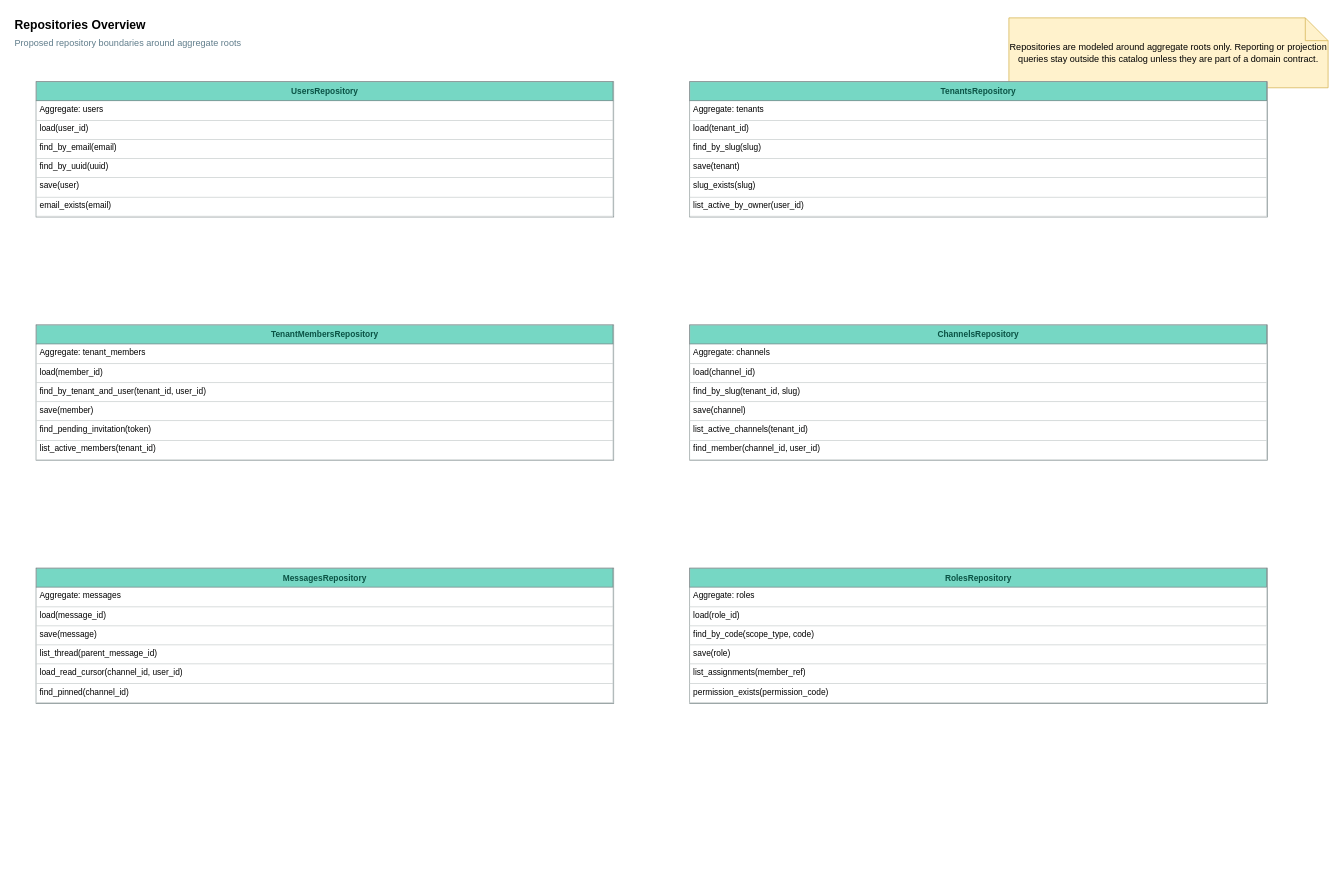
Before: docs/tatical/repositories/00_overview_repositories.drawio in NFMU/app-design, a draw.io diagram. Source tidied: cells renumbered, new cells numbered last; positions are measured from the earlier drawing's top-left corner, leaving out a move shared by most shapes. Both pictures are drawn from the tidied source at 76%, with x=0, y=0 at pixel (13, 13).
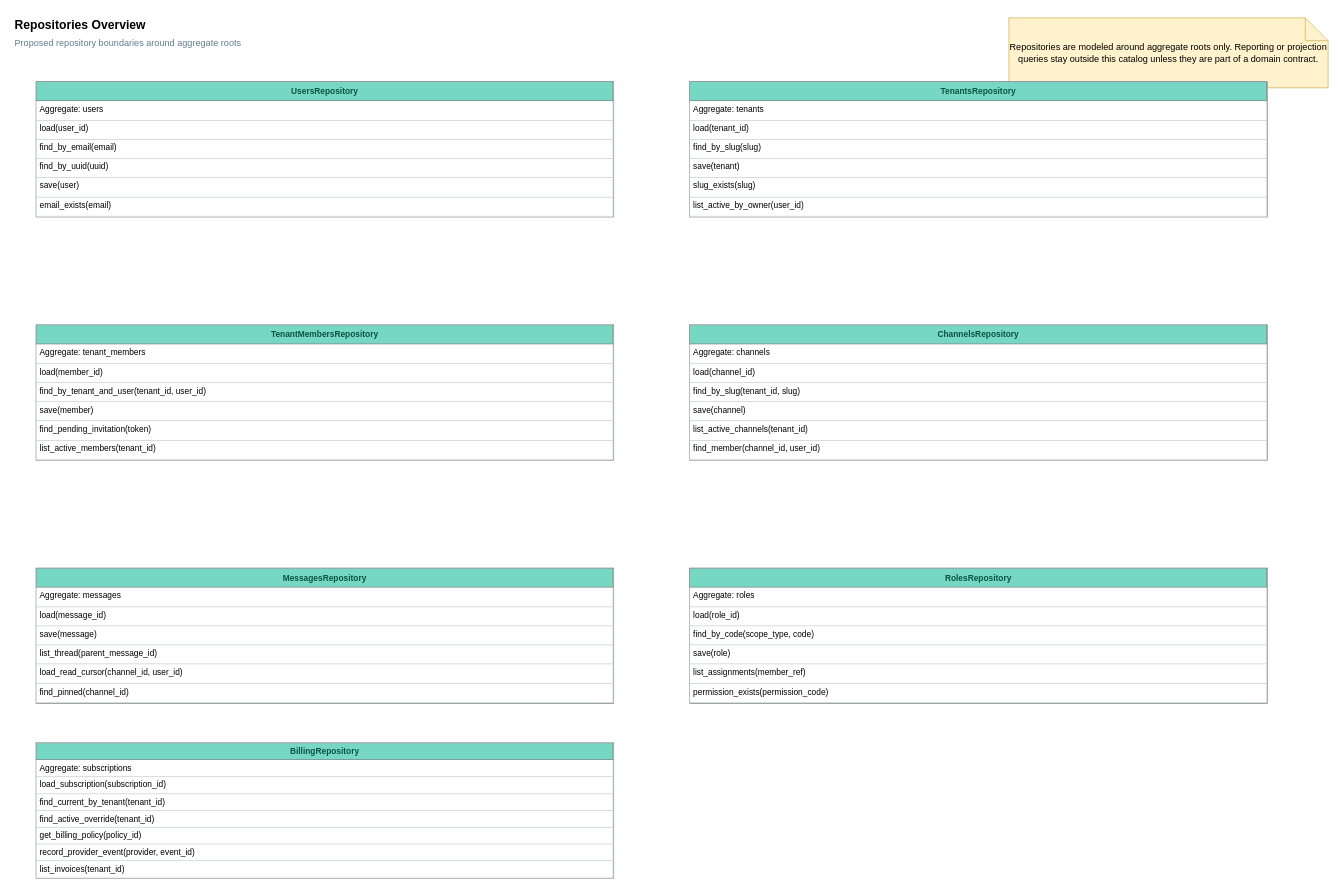
The same page after the edit.

What changed in the source:
```diff
@@
 <mxGraphModel>
   <root>
     <mxCell id="0" />
     <mxCell id="1" parent="0" />
     <mxCell id="2" value="Repositories Overview" style="text;html=1;strokeColor=none;fillColor=none;align=left;verticalAlign=middle;fontSize=16;fontStyle=1;" parent="1" vertex="1">
       <mxGeometry width="760" height="30" as="geometry" />
     </mxCell>
     <mxCell id="3" value="Proposed repository boundaries around aggregate roots" style="text;html=1;strokeColor=none;fillColor=none;align=left;verticalAlign=middle;fontSize=12;fontColor=#607D8B;" parent="1" vertex="1">
       <mxGeometry y="28" width="760" height="24" as="geometry" />
     </mxCell>
     <mxCell id="4" value="Repositories are modeled around aggregate roots only. Reporting or projection queries stay outside this catalog unless they are part of a domain contract." style="shape=note;whiteSpace=wrap;html=1;fillColor=#FFF2CC;strokeColor=#D6B656;" parent="1" vertex="1">
       <mxGeometry x="1310" y="6" width="420" height="92" as="geometry" />
     </mxCell>
     <mxCell id="5" value="&lt;table style=&quot;width:100%;height:100%;border-collapse:collapse;font-size:11px;font-family:Arial;&quot;&gt;&lt;tr&gt;&lt;td style=&quot;background:#76D7C4;color:#0B5345;font-weight:bold;text-align:center;border:1px solid #7F8C8D;padding:4px;&quot;&gt;UsersRepository&lt;/td&gt;&lt;/tr&gt;&lt;tr&gt;&lt;td style=&quot;border:1px solid #CCD1D1;background:#FFFFFF;padding:4px;vertical-align:top;&quot;&gt;Aggregate: users&lt;/td&gt;&lt;/tr&gt;&lt;tr&gt;&lt;td style=&quot;border:1px solid #CCD1D1;background:#FFFFFF;padding:4px;vertical-align:top;&quot;&gt;load(user_id)&lt;/td&gt;&lt;/tr&gt;&lt;tr&gt;&lt;td style=&quot;border:1px solid #CCD1D1;background:#FFFFFF;padding:4px;vertical-align:top;&quot;&gt;find_by_email(email)&lt;/td&gt;&lt;/tr&gt;&lt;tr&gt;&lt;td style=&quot;border:1px solid #CCD1D1;background:#FFFFFF;padding:4px;vertical-align:top;&quot;&gt;find_by_uuid(uuid)&lt;/td&gt;&lt;/tr&gt;&lt;tr&gt;&lt;td style=&quot;border:1px solid #CCD1D1;background:#FFFFFF;padding:4px;vertical-align:top;&quot;&gt;save(user)&lt;/td&gt;&lt;/tr&gt;&lt;tr&gt;&lt;td style=&quot;border:1px solid #CCD1D1;background:#FFFFFF;padding:4px;vertical-align:top;&quot;&gt;email_exists(email)&lt;/td&gt;&lt;/tr&gt;&lt;/table&gt;" style="rounded=0;whiteSpace=wrap;html=1;align=left;verticalAlign=top;spacing=0;fillColor=#FFFFFF;strokeColor=#7F8C8D;overflow=fill;" parent="1" vertex="1">
       <mxGeometry x="30" y="90" width="760" height="178" as="geometry" />
     </mxCell>
     <mxCell id="6" value="&lt;table style=&quot;width:100%;height:100%;border-collapse:collapse;font-size:11px;font-family:Arial;&quot;&gt;&lt;tr&gt;&lt;td style=&quot;background:#76D7C4;color:#0B5345;font-weight:bold;text-align:center;border:1px solid #7F8C8D;padding:4px;&quot;&gt;TenantsRepository&lt;/td&gt;&lt;/tr&gt;&lt;tr&gt;&lt;td style=&quot;border:1px solid #CCD1D1;background:#FFFFFF;padding:4px;vertical-align:top;&quot;&gt;Aggregate: tenants&lt;/td&gt;&lt;/tr&gt;&lt;tr&gt;&lt;td style=&quot;border:1px solid #CCD1D1;background:#FFFFFF;padding:4px;vertical-align:top;&quot;&gt;load(tenant_id)&lt;/td&gt;&lt;/tr&gt;&lt;tr&gt;&lt;td style=&quot;border:1px solid #CCD1D1;background:#FFFFFF;padding:4px;vertical-align:top;&quot;&gt;find_by_slug(slug)&lt;/td&gt;&lt;/tr&gt;&lt;tr&gt;&lt;td style=&quot;border:1px solid #CCD1D1;background:#FFFFFF;padding:4px;vertical-align:top;&quot;&gt;save(tenant)&lt;/td&gt;&lt;/tr&gt;&lt;tr&gt;&lt;td style=&quot;border:1px solid #CCD1D1;background:#FFFFFF;padding:4px;vertical-align:top;&quot;&gt;slug_exists(slug)&lt;/td&gt;&lt;/tr&gt;&lt;tr&gt;&lt;td style=&quot;border:1px solid #CCD1D1;background:#FFFFFF;padding:4px;vertical-align:top;&quot;&gt;list_active_by_owner(user_id)&lt;/td&gt;&lt;/tr&gt;&lt;/table&gt;" style="rounded=0;whiteSpace=wrap;html=1;align=left;verticalAlign=top;spacing=0;fillColor=#FFFFFF;strokeColor=#7F8C8D;overflow=fill;" parent="1" vertex="1">
       <mxGeometry x="890" y="90" width="760" height="178" as="geometry" />
     </mxCell>
     <mxCell id="7" value="&lt;table style=&quot;width:100%;height:100%;border-collapse:collapse;font-size:11px;font-family:Arial;&quot;&gt;&lt;tr&gt;&lt;td style=&quot;background:#76D7C4;color:#0B5345;font-weight:bold;text-align:center;border:1px solid #7F8C8D;padding:4px;&quot;&gt;TenantMembersRepository&lt;/td&gt;&lt;/tr&gt;&lt;tr&gt;&lt;td style=&quot;border:1px solid #CCD1D1;background:#FFFFFF;padding:4px;vertical-align:top;&quot;&gt;Aggregate: tenant_members&lt;/td&gt;&lt;/tr&gt;&lt;tr&gt;&lt;td style=&quot;border:1px solid #CCD1D1;background:#FFFFFF;padding:4px;vertical-align:top;&quot;&gt;load(member_id)&lt;/td&gt;&lt;/tr&gt;&lt;tr&gt;&lt;td style=&quot;border:1px solid #CCD1D1;background:#FFFFFF;padding:4px;vertical-align:top;&quot;&gt;find_by_tenant_and_user(tenant_id, user_id)&lt;/td&gt;&lt;/tr&gt;&lt;tr&gt;&lt;td style=&quot;border:1px solid #CCD1D1;background:#FFFFFF;padding:4px;vertical-align:top;&quot;&gt;save(member)&lt;/td&gt;&lt;/tr&gt;&lt;tr&gt;&lt;td style=&quot;border:1px solid #CCD1D1;background:#FFFFFF;padding:4px;vertical-align:top;&quot;&gt;find_pending_invitation(token)&lt;/td&gt;&lt;/tr&gt;&lt;tr&gt;&lt;td style=&quot;border:1px solid #CCD1D1;background:#FFFFFF;padding:4px;vertical-align:top;&quot;&gt;list_active_members(tenant_id)&lt;/td&gt;&lt;/tr&gt;&lt;/table&gt;" style="rounded=0;whiteSpace=wrap;html=1;align=left;verticalAlign=top;spacing=0;fillColor=#FFFFFF;strokeColor=#7F8C8D;overflow=fill;" parent="1" vertex="1">
       <mxGeometry x="30" y="410" width="760" height="178" as="geometry" />
     </mxCell>
     <mxCell id="8" value="&lt;table style=&quot;width:100%;height:100%;border-collapse:collapse;font-size:11px;font-family:Arial;&quot;&gt;&lt;tr&gt;&lt;td style=&quot;background:#76D7C4;color:#0B5345;font-weight:bold;text-align:center;border:1px solid #7F8C8D;padding:4px;&quot;&gt;ChannelsRepository&lt;/td&gt;&lt;/tr&gt;&lt;tr&gt;&lt;td style=&quot;border:1px solid #CCD1D1;background:#FFFFFF;padding:4px;vertical-align:top;&quot;&gt;Aggregate: channels&lt;/td&gt;&lt;/tr&gt;&lt;tr&gt;&lt;td style=&quot;border:1px solid #CCD1D1;background:#FFFFFF;padding:4px;vertical-align:top;&quot;&gt;load(channel_id)&lt;/td&gt;&lt;/tr&gt;&lt;tr&gt;&lt;td style=&quot;border:1px solid #CCD1D1;background:#FFFFFF;padding:4px;vertical-align:top;&quot;&gt;find_by_slug(tenant_id, slug)&lt;/td&gt;&lt;/tr&gt;&lt;tr&gt;&lt;td style=&quot;border:1px solid #CCD1D1;background:#FFFFFF;padding:4px;vertical-align:top;&quot;&gt;save(channel)&lt;/td&gt;&lt;/tr&gt;&lt;tr&gt;&lt;td style=&quot;border:1px solid #CCD1D1;background:#FFFFFF;padding:4px;vertical-align:top;&quot;&gt;list_active_channels(tenant_id)&lt;/td&gt;&lt;/tr&gt;&lt;tr&gt;&lt;td style=&quot;border:1px solid #CCD1D1;background:#FFFFFF;padding:4px;vertical-align:top;&quot;&gt;find_member(channel_id, user_id)&lt;/td&gt;&lt;/tr&gt;&lt;/table&gt;" style="rounded=0;whiteSpace=wrap;html=1;align=left;verticalAlign=top;spacing=0;fillColor=#FFFFFF;strokeColor=#7F8C8D;overflow=fill;" parent="1" vertex="1">
       <mxGeometry x="890" y="410" width="760" height="178" as="geometry" />
     </mxCell>
     <mxCell id="9" value="&lt;table style=&quot;width:100%;height:100%;border-collapse:collapse;font-size:11px;font-family:Arial;&quot;&gt;&lt;tr&gt;&lt;td style=&quot;background:#76D7C4;color:#0B5345;font-weight:bold;text-align:center;border:1px solid #7F8C8D;padding:4px;&quot;&gt;MessagesRepository&lt;/td&gt;&lt;/tr&gt;&lt;tr&gt;&lt;td style=&quot;border:1px solid #CCD1D1;background:#FFFFFF;padding:4px;vertical-align:top;&quot;&gt;Aggregate: messages&lt;/td&gt;&lt;/tr&gt;&lt;tr&gt;&lt;td style=&quot;border:1px solid #CCD1D1;background:#FFFFFF;padding:4px;vertical-align:top;&quot;&gt;load(message_id)&lt;/td&gt;&lt;/tr&gt;&lt;tr&gt;&lt;td style=&quot;border:1px solid #CCD1D1;background:#FFFFFF;padding:4px;vertical-align:top;&quot;&gt;save(message)&lt;/td&gt;&lt;/tr&gt;&lt;tr&gt;&lt;td style=&quot;border:1px solid #CCD1D1;background:#FFFFFF;padding:4px;vertical-align:top;&quot;&gt;list_thread(parent_message_id)&lt;/td&gt;&lt;/tr&gt;&lt;tr&gt;&lt;td style=&quot;border:1px solid #CCD1D1;background:#FFFFFF;padding:4px;vertical-align:top;&quot;&gt;load_read_cursor(channel_id, user_id)&lt;/td&gt;&lt;/tr&gt;&lt;tr&gt;&lt;td style=&quot;border:1px solid #CCD1D1;background:#FFFFFF;padding:4px;vertical-align:top;&quot;&gt;find_pinned(channel_id)&lt;/td&gt;&lt;/tr&gt;&lt;/table&gt;" style="rounded=0;whiteSpace=wrap;html=1;align=left;verticalAlign=top;spacing=0;fillColor=#FFFFFF;strokeColor=#7F8C8D;overflow=fill;" parent="1" vertex="1">
       <mxGeometry x="30" y="730" width="760" height="178" as="geometry" />
     </mxCell>
     <mxCell id="10" value="&lt;table style=&quot;width:100%;height:100%;border-collapse:collapse;font-size:11px;font-family:Arial;&quot;&gt;&lt;tr&gt;&lt;td style=&quot;background:#76D7C4;color:#0B5345;font-weight:bold;text-align:center;border:1px solid #7F8C8D;padding:4px;&quot;&gt;RolesRepository&lt;/td&gt;&lt;/tr&gt;&lt;tr&gt;&lt;td style=&quot;border:1px solid #CCD1D1;background:#FFFFFF;padding:4px;vertical-align:top;&quot;&gt;Aggregate: roles&lt;/td&gt;&lt;/tr&gt;&lt;tr&gt;&lt;td style=&quot;border:1px solid #CCD1D1;background:#FFFFFF;padding:4px;vertical-align:top;&quot;&gt;load(role_id)&lt;/td&gt;&lt;/tr&gt;&lt;tr&gt;&lt;td style=&quot;border:1px solid #CCD1D1;background:#FFFFFF;padding:4px;vertical-align:top;&quot;&gt;find_by_code(scope_type, code)&lt;/td&gt;&lt;/tr&gt;&lt;tr&gt;&lt;td style=&quot;border:1px solid #CCD1D1;background:#FFFFFF;padding:4px;vertical-align:top;&quot;&gt;save(role)&lt;/td&gt;&lt;/tr&gt;&lt;tr&gt;&lt;td style=&quot;border:1px solid #CCD1D1;background:#FFFFFF;padding:4px;vertical-align:top;&quot;&gt;list_assignments(member_ref)&lt;/td&gt;&lt;/tr&gt;&lt;tr&gt;&lt;td style=&quot;border:1px solid #CCD1D1;background:#FFFFFF;padding:4px;vertical-align:top;&quot;&gt;permission_exists(permission_code)&lt;/td&gt;&lt;/tr&gt;&lt;/table&gt;" style="rounded=0;whiteSpace=wrap;html=1;align=left;verticalAlign=top;spacing=0;fillColor=#FFFFFF;strokeColor=#7F8C8D;overflow=fill;" parent="1" vertex="1">
       <mxGeometry x="890" y="730" width="760" height="178" as="geometry" />
     </mxCell>
+    <mxCell id="11" value="&lt;table style=&quot;width:100%;height:100%;border-collapse:collapse;font-size:11px;font-family:Arial;&quot;&gt;&lt;tr&gt;&lt;td style=&quot;background:#76D7C4;color:#0B5345;font-weight:bold;text-align:center;border:1px solid #7F8C8D;padding:4px;&quot;&gt;BillingRepository&lt;/td&gt;&lt;/tr&gt;&lt;tr&gt;&lt;td style=&quot;border:1px solid #CCD1D1;background:#FFFFFF;padding:4px;vertical-align:top;&quot;&gt;Aggregate: subscriptions&lt;/td&gt;&lt;/tr&gt;&lt;tr&gt;&lt;td style=&quot;border:1px solid #CCD1D1;background:#FFFFFF;padding:4px;vertical-align:top;&quot;&gt;load_subscription(subscription_id)&lt;/td&gt;&lt;/tr&gt;&lt;tr&gt;&lt;td style=&quot;border:1px solid #CCD1D1;background:#FFFFFF;padding:4px;vertical-align:top;&quot;&gt;find_current_by_tenant(tenant_id)&lt;/td&gt;&lt;/tr&gt;&lt;tr&gt;&lt;td style=&quot;border:1px solid #CCD1D1;background:#FFFFFF;padding:4px;vertical-align:top;&quot;&gt;find_active_override(tenant_id)&lt;/td&gt;&lt;/tr&gt;&lt;tr&gt;&lt;td style=&quot;border:1px solid #CCD1D1;background:#FFFFFF;padding:4px;vertical-align:top;&quot;&gt;get_billing_policy(policy_id)&lt;/td&gt;&lt;/tr&gt;&lt;tr&gt;&lt;td style=&quot;border:1px solid #CCD1D1;background:#FFFFFF;padding:4px;vertical-align:top;&quot;&gt;record_provider_event(provider, event_id)&lt;/td&gt;&lt;/tr&gt;&lt;tr&gt;&lt;td style=&quot;border:1px solid #CCD1D1;background:#FFFFFF;padding:4px;vertical-align:top;&quot;&gt;list_invoices(tenant_id)&lt;/td&gt;&lt;/tr&gt;&lt;/table&gt;" style="rounded=0;whiteSpace=wrap;html=1;align=left;verticalAlign=top;spacing=0;fillColor=#FFFFFF;strokeColor=#7F8C8D;overflow=fill;" parent="1" vertex="1">
+      <mxGeometry x="30" y="960" width="760" height="178" as="geometry" />
+    </mxCell>
   </root>
 </mxGraphModel>
```
